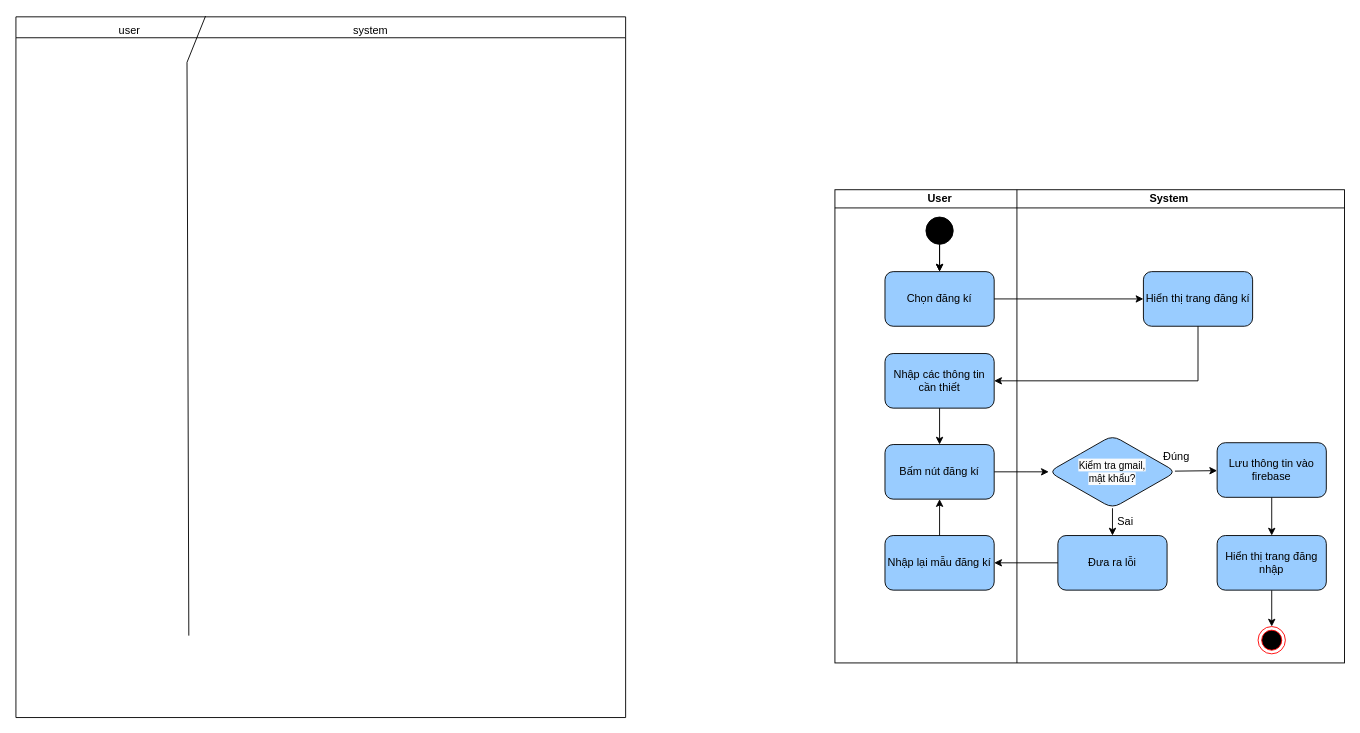
This is page "activit đăng ký" (6 of 34) of Biểu đồ không có tiêu đề.drawio from anhduy7723/api_auth, a draw.io file, before an edit. Source tidied: cells renumbered, new cells numbered last; positions are measured from the earlier drawing's top-left corner, leaving out a move shared by most shapes. Both pictures are drawn from the tidied source at 91%, with x=0, y=0 at pixel (15, 16).
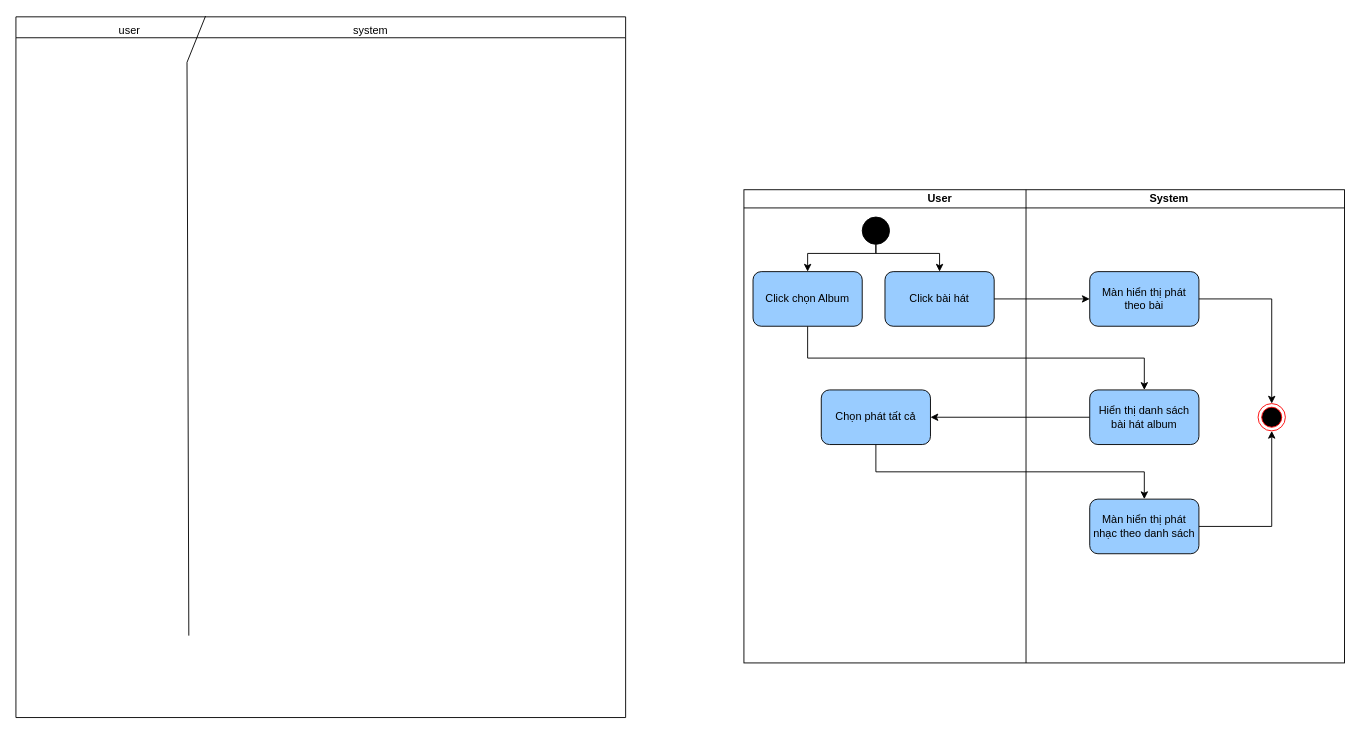
The same page after the edit.

The edit, as a diff of the source:
```diff
@@
+    <mxCell id="6" style="shape=internalStorage;whiteSpace=wrap;html=1;backgroundOutline=1;dx=310;dy=20;" parent="1" vertex="1">
+      <mxGeometry x="800" y="190" width="660" height="520" as="geometry" />
+    </mxCell>
@@
-    <mxCell id="6" style="shape=internalStorage;whiteSpace=wrap;html=1;backgroundOutline=1;dx=200;dy=20;" parent="1" vertex="1">
-      <mxGeometry x="900" y="190" width="560" height="520" as="geometry" />
-    </mxCell>
-    <mxCell id="7" style="edgeStyle=none;rounded=0;jettySize=auto;html=1;exitX=1;exitY=0.5;exitDx=0;exitDy=0;" parent="1" edge="1" source="22" target="10">
-      <mxGeometry relative="1" as="geometry">
-        <Array as="points">
-          <mxPoint x="1110" y="500" />
-        </Array>
-      </mxGeometry>
-    </mxCell>
-    <mxCell id="8" style="edgeStyle=none;rounded=0;jettySize=auto;html=1;" parent="1" edge="1" source="10" target="18">
-      <mxGeometry relative="1" as="geometry" />
-    </mxCell>
-    <mxCell id="9" style="edgeStyle=none;rounded=0;jettySize=auto;html=1;" parent="1" edge="1" source="10" target="12">
-      <mxGeometry relative="1" as="geometry" />
-    </mxCell>
-    <mxCell id="10" value="&lt;span style=&quot;color: rgb(0, 0, 0); font-family: Helvetica; font-style: normal; font-variant-ligatures: normal; font-variant-caps: normal; font-weight: 400; letter-spacing: normal; orphans: 2; text-align: center; text-indent: 0px; text-transform: none; widows: 2; word-spacing: 0px; -webkit-text-stroke-width: 0px; white-space: nowrap; background-color: rgb(251, 251, 251); text-decoration-thickness: initial; text-decoration-style: initial; text-decoration-color: initial; float: none; display: inline !important;&quot;&gt;&lt;font style=&quot;font-size: 11px;&quot;&gt;Kiểm tra gmail,&lt;/font&gt;&lt;/span&gt;&lt;div&gt;&lt;span style=&quot;color: rgb(0, 0, 0); font-family: Helvetica; font-style: normal; font-variant-ligatures: normal; font-variant-caps: normal; font-weight: 400; letter-spacing: normal; orphans: 2; text-align: center; text-indent: 0px; text-transform: none; widows: 2; word-spacing: 0px; -webkit-text-stroke-width: 0px; white-space: nowrap; background-color: rgb(251, 251, 251); text-decoration-thickness: initial; text-decoration-style: initial; text-decoration-color: initial; float: none; display: inline !important;&quot;&gt;&lt;font style=&quot;font-size: 11px;&quot;&gt;mật khẩu?&lt;/font&gt;&lt;/span&gt;&lt;/div&gt;" style="rhombus;whiteSpace=wrap;html=1;rounded=1;fillColor=#99CCFF;" parent="1" vertex="1">
-      <mxGeometry x="1135" y="460" width="140" height="80" as="geometry" />
-    </mxCell>
-    <mxCell id="11" style="edgeStyle=none;rounded=0;jettySize=auto;html=1;" parent="1" edge="1" source="12" target="15">
-      <mxGeometry relative="1" as="geometry" />
-    </mxCell>
-    <mxCell id="12" value="Lưu thông tin vào firebase" style="whiteSpace=wrap;html=1;rounded=1;fillColor=#99CCFF;" parent="1" vertex="1">
-      <mxGeometry x="1320" y="468" width="120" height="60" as="geometry" />
-    </mxCell>
-    <mxCell id="13" value="Đúng" style="text;html=1;align=center;verticalAlign=middle;strokeColor=none;fillColor=none;" parent="1" vertex="1">
-      <mxGeometry x="1250" y="468" width="50" height="30" as="geometry" />
-    </mxCell>
-    <mxCell id="14" style="edgeStyle=none;rounded=0;jettySize=auto;html=1;" parent="1" edge="1" source="15" target="16">
-      <mxGeometry relative="1" as="geometry" />
+    <mxCell id="14" style="edgeStyle=none;rounded=0;jettySize=auto;html=1;exitX=1;exitY=0.5;exitDx=0;exitDy=0;" parent="1" edge="1" source="42" target="16">
+      <mxGeometry relative="1" as="geometry">
+        <Array as="points">
+          <mxPoint x="1380" y="560" />
+        </Array>
+      </mxGeometry>
     </mxCell>
-    <mxCell id="15" value="Hiển thị trang đăng nhập" style="whiteSpace=wrap;html=1;rounded=1;fillColor=#99CCFF;" parent="1" vertex="1">
-      <mxGeometry x="1320" y="570" width="120" height="60" as="geometry" />
-    </mxCell>
     <mxCell id="16" style="ellipse;html=1;shape=endState;fillColor=#000000;strokeColor=#ff0000;" parent="1" vertex="1">
-      <mxGeometry x="1365" y="670" width="30" height="30" as="geometry" />
+      <mxGeometry x="1365" y="425" width="30" height="30" as="geometry" />
     </mxCell>
-    <mxCell id="17" value="Hiển thị trang đăng kí" style="rounded=1;whiteSpace=wrap;html=1;fillColor=#99CCFF;" parent="1" vertex="1">
-      <mxGeometry x="1239" y="280" width="120" height="60" as="geometry" />
+    <mxCell id="17" value="Màn hiển thị phát theo bài" style="rounded=1;whiteSpace=wrap;html=1;fillColor=#99CCFF;" parent="1" vertex="1">
+      <mxGeometry x="1180" y="280" width="120" height="60" as="geometry" />
     </mxCell>
-    <mxCell id="18" value="Đưa ra lỗi" style="whiteSpace=wrap;html=1;rounded=1;fillColor=#99CCFF;" parent="1" vertex="1">
-      <mxGeometry x="1145" y="570" width="120" height="60" as="geometry" />
-    </mxCell>
-    <mxCell id="19" value="Sai" style="text;html=1;align=center;verticalAlign=middle;strokeColor=none;fillColor=none;" parent="1" vertex="1">
-      <mxGeometry x="1199" y="540" width="40" height="30" as="geometry" />
-    </mxCell>
-    <mxCell id="20" value="Nhập lại mẫu đăng kí" style="whiteSpace=wrap;html=1;rounded=1;fillColor=#99CCFF;" parent="1" vertex="1">
-      <mxGeometry x="955" y="570" width="120" height="60" as="geometry" />
-    </mxCell>
-    <mxCell id="21" style="edgeStyle=none;rounded=0;jettySize=auto;html=1;" parent="1" edge="1" source="18" target="20">
-      <mxGeometry relative="1" as="geometry" />
-    </mxCell>
-    <mxCell id="22" value="Bấm nút đăng kí" style="rounded=1;whiteSpace=wrap;html=1;fillColor=#99CCFF;" parent="1" vertex="1">
-      <mxGeometry x="955" y="470" width="120" height="60" as="geometry" />
-    </mxCell>
-    <mxCell id="23" style="edgeStyle=none;rounded=0;jettySize=auto;html=1;" parent="1" edge="1" source="20" target="22">
-      <mxGeometry relative="1" as="geometry" />
-    </mxCell>
-    <mxCell id="24" value="Nhập các thông tin cần thiết" style="rounded=1;whiteSpace=wrap;html=1;fillColor=#99CCFF;" parent="1" vertex="1">
-      <mxGeometry x="955" y="370" width="120" height="60" as="geometry" />
-    </mxCell>
-    <mxCell id="25" style="edgeStyle=orthogonalEdgeStyle;rounded=0;jettySize=auto;html=1;entryX=1;entryY=0.5;entryDx=0;entryDy=0;exitX=0.5;exitY=1;exitDx=0;exitDy=0;" parent="1" edge="1" source="17" target="24">
-      <mxGeometry relative="1" as="geometry">
-        <Array as="points">
-          <mxPoint x="1299" y="400" />
-        </Array>
-      </mxGeometry>
-    </mxCell>
-    <mxCell id="26" style="edgeStyle=none;rounded=0;jettySize=auto;html=1;" parent="1" edge="1" source="24" target="22">
-      <mxGeometry relative="1" as="geometry" />
-    </mxCell>
-    <mxCell id="27" value="Chọn đăng kí" style="rounded=1;whiteSpace=wrap;html=1;fillColor=#99CCFF;" parent="1" vertex="1">
+    <mxCell id="27" value="Click bài hát" style="rounded=1;whiteSpace=wrap;html=1;fillColor=#99CCFF;" parent="1" vertex="1">
       <mxGeometry x="955" y="280" width="120" height="60" as="geometry" />
     </mxCell>
@@
+    <mxCell id="34" style="edgeStyle=orthogonalEdgeStyle;rounded=0;jettySize=auto;html=1;" parent="1" edge="1" source="29" target="37">
+      <mxGeometry relative="1" as="geometry">
+        <Array as="points">
+          <mxPoint x="945" y="260" />
+          <mxPoint x="870" y="260" />
+        </Array>
+      </mxGeometry>
+    </mxCell>
+    <mxCell id="35" style="edgeStyle=orthogonalEdgeStyle;rounded=0;jettySize=auto;html=1;entryX=0.5;entryY=0;entryDx=0;entryDy=0;" parent="1" edge="1" source="29" target="27">
+      <mxGeometry relative="1" as="geometry">
+        <Array as="points">
+          <mxPoint x="945" y="260" />
+          <mxPoint x="1015" y="260" />
+        </Array>
+      </mxGeometry>
+    </mxCell>
     <mxCell id="29" style="ellipse;whiteSpace=wrap;html=1;strokeColor=default;fillColor=#000000;" parent="1" vertex="1">
-      <mxGeometry x="1000" y="220" width="30" height="30" as="geometry" />
+      <mxGeometry x="930" y="220" width="30" height="30" as="geometry" />
     </mxCell>
-    <mxCell id="30" style="edgeStyle=none;rounded=0;jettySize=auto;html=1;" parent="1" edge="1" source="29" target="27">
-      <mxGeometry relative="1" as="geometry" />
-    </mxCell>
-    <mxCell id="31" style="edgeStyle=none;rounded=0;jettySize=auto;html=1;" parent="1" edge="1" source="29" target="27">
-      <mxGeometry relative="1" as="geometry" />
-    </mxCell>
@@
+    <mxCell id="36" style="edgeStyle=orthogonalEdgeStyle;rounded=0;jettySize=auto;html=1;exitX=0.5;exitY=1;exitDx=0;exitDy=0;" parent="1" edge="1" source="37" target="39">
+      <mxGeometry relative="1" as="geometry" />
+    </mxCell>
+    <mxCell id="37" value="Click chọn Album" style="rounded=1;whiteSpace=wrap;html=1;fillColor=#99CCFF;" parent="1" vertex="1">
+      <mxGeometry x="810" y="280" width="120" height="60" as="geometry" />
+    </mxCell>
+    <mxCell id="38" style="edgeStyle=orthogonalEdgeStyle;rounded=0;jettySize=auto;html=1;" parent="1" edge="1" source="39" target="41">
+      <mxGeometry relative="1" as="geometry" />
+    </mxCell>
+    <mxCell id="39" value="Hiển thị danh sách bài hát album" style="rounded=1;whiteSpace=wrap;html=1;fillColor=#99CCFF;" parent="1" vertex="1">
+      <mxGeometry x="1180" y="410" width="120" height="60" as="geometry" />
+    </mxCell>
+    <mxCell id="40" style="edgeStyle=orthogonalEdgeStyle;rounded=0;jettySize=auto;html=1;exitX=0.5;exitY=1;exitDx=0;exitDy=0;" parent="1" edge="1" source="41" target="42">
+      <mxGeometry relative="1" as="geometry" />
+    </mxCell>
+    <mxCell id="41" value="Chọn phát tất cả" style="rounded=1;whiteSpace=wrap;html=1;fillColor=#99CCFF;" parent="1" vertex="1">
+      <mxGeometry x="885" y="410" width="120" height="60" as="geometry" />
+    </mxCell>
+    <mxCell id="42" value="Màn hiển thị phát nhạc theo danh sách" style="rounded=1;whiteSpace=wrap;html=1;fillColor=#99CCFF;" parent="1" vertex="1">
+      <mxGeometry x="1180" y="530" width="120" height="60" as="geometry" />
+    </mxCell>
+    <mxCell id="43" style="endArrow=classic;html=1;rounded=0;entryX=0.5;entryY=0;entryDx=0;entryDy=0;exitX=1;exitY=0.5;exitDx=0;exitDy=0;" parent="1" edge="1" source="17" target="16">
+      <mxGeometry relative="1" as="geometry">
+        <Array as="points">
+          <mxPoint x="1380" y="310" />
+        </Array>
+      </mxGeometry>
+    </mxCell>
```
